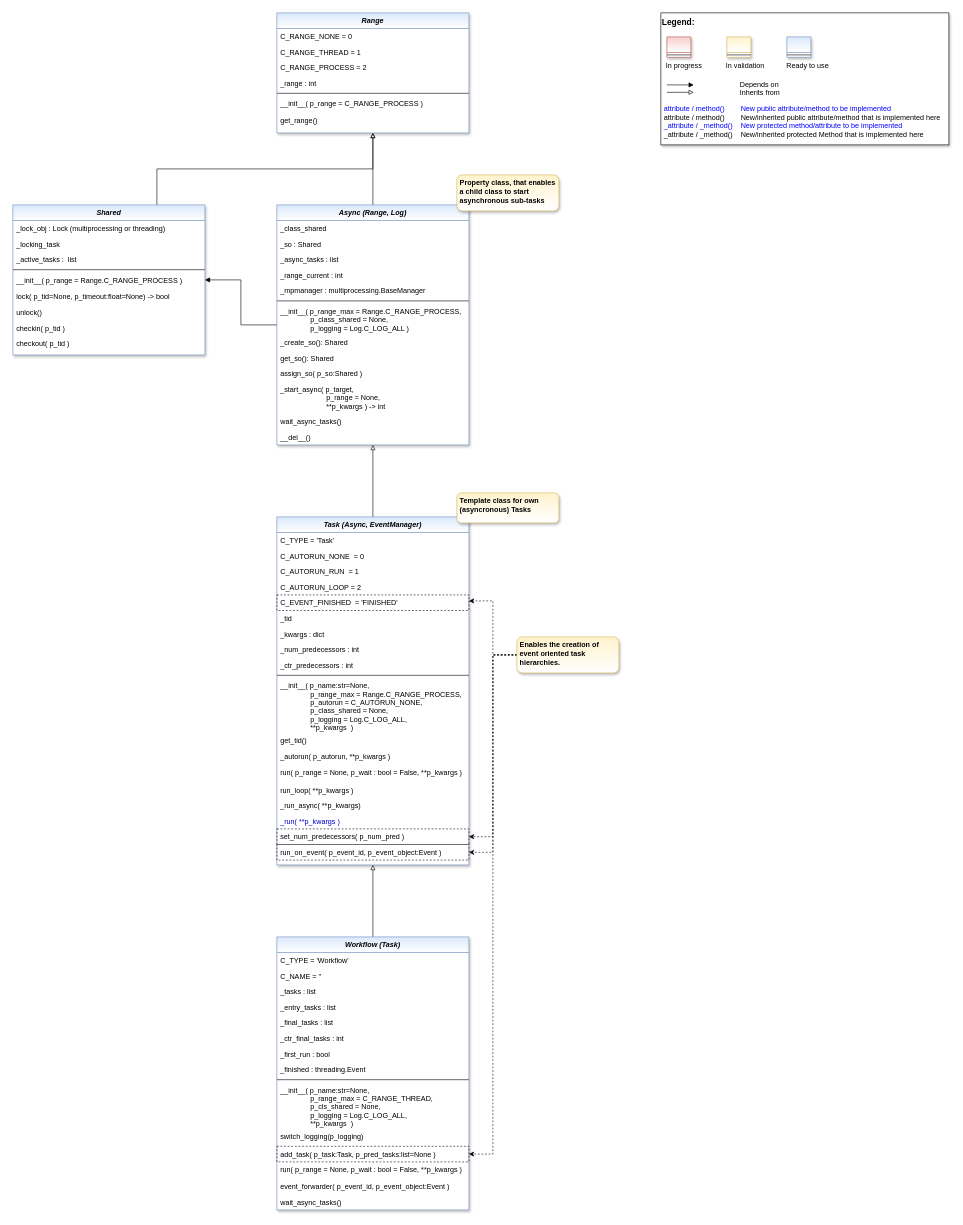
fhswf/MLPro keeps this draw.io diagram as doc/rtd/content/append2/core/images/bf/MLPro-BF-MT_class_diagram.drawio. Above is the earlier version. Source tidied: cells renumbered, new cells numbered last; positions are measured from the earlier drawing's top-left corner, leaving out a move shared by most shapes. Both pictures are drawn from the tidied source at 60%, with x=0, y=0 at pixel (13, 13).
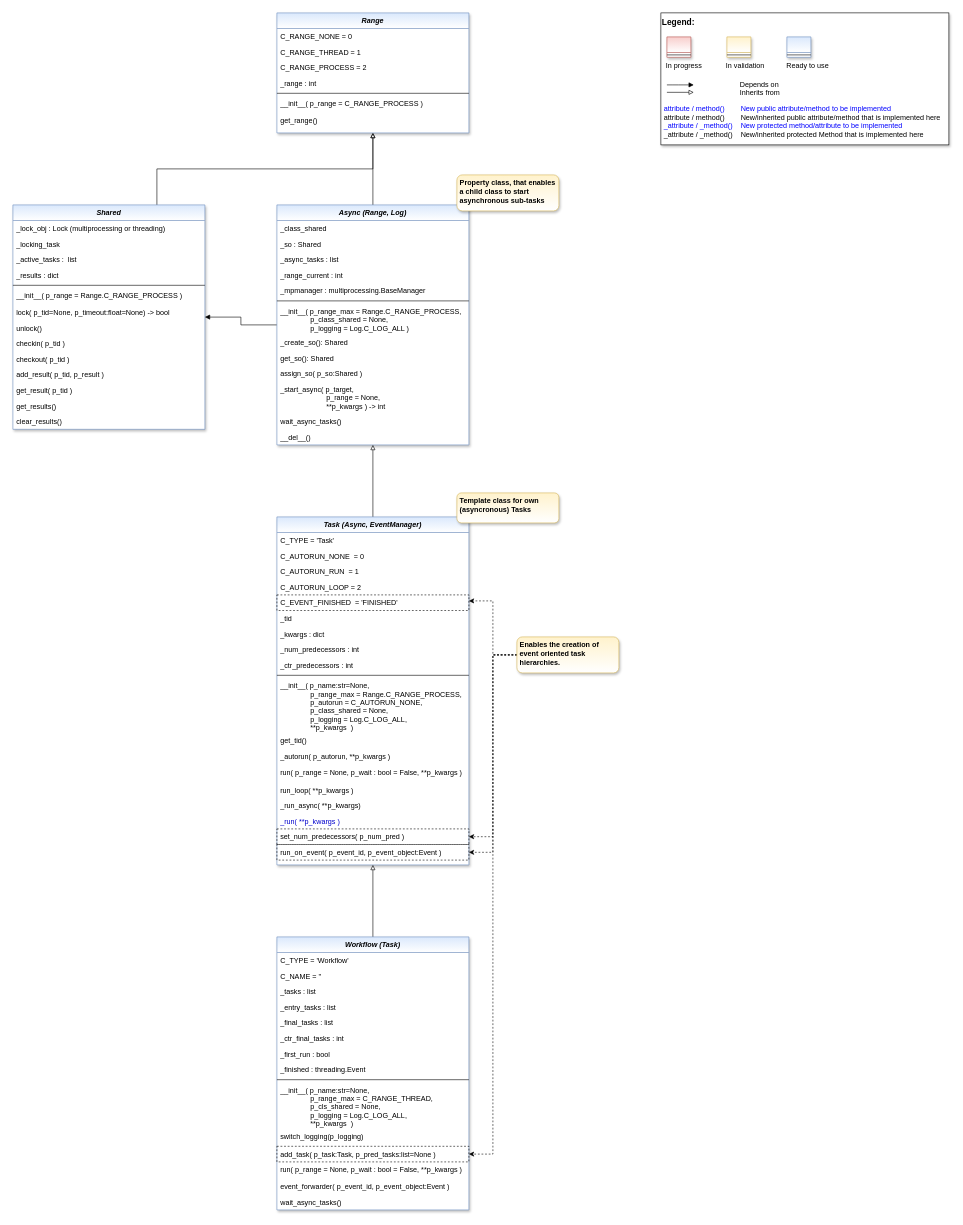
Above is the later version.

Commit message (it also covers changes not shown here):
Standardized result management in class Shared

The edit, as a diff of the source:
```diff
@@
     <mxCell id="13" value="Shared" style="swimlane;fontStyle=3;align=center;verticalAlign=top;horizontal=1;startSize=26;rounded=0;shadow=1;strokeWidth=1;fillColor=#dae8fc;strokeColor=#6c8ebf;glass=0;swimlaneFillColor=#ffffff;gradientColor=#FFFFFF;" parent="1" vertex="1">
-      <mxGeometry y="320" width="320" height="250" as="geometry" />
+      <mxGeometry y="320" width="320" height="374" as="geometry" />
     </mxCell>
@@
+    <mxCell id="92" value="_results : dict" style="text;align=left;verticalAlign=top;spacingLeft=4;spacingRight=4;overflow=hidden;" parent="13" vertex="1">
+      <mxGeometry y="104" width="320" height="26" as="geometry" />
+    </mxCell>
     <mxCell id="17" style="line;html=1;strokeWidth=1;align=left;verticalAlign=middle;spacingTop=-1;spacingLeft=3;spacingRight=3;labelPosition=right;" parent="13" vertex="1">
-      <mxGeometry y="104" width="320" height="8" as="geometry" />
+      <mxGeometry y="130" width="320" height="8" as="geometry" />
     </mxCell>
     <mxCell id="18" value="__init__( p_range = Range.C_RANGE_PROCESS )" style="text;align=left;verticalAlign=top;spacingLeft=4;spacingRight=4;overflow=hidden;fontColor=default;" parent="13" vertex="1">
-      <mxGeometry y="112" width="320" height="28" as="geometry" />
+      <mxGeometry y="138" width="320" height="28" as="geometry" />
     </mxCell>
     <mxCell id="19" value="lock( p_tid=None, p_timeout:float=None) -&gt; bool" style="text;align=left;verticalAlign=top;spacingLeft=4;spacingRight=4;overflow=hidden;fontColor=default;" parent="13" vertex="1">
-      <mxGeometry y="140" width="320" height="26" as="geometry" />
+      <mxGeometry y="166" width="320" height="26" as="geometry" />
     </mxCell>
     <mxCell id="20" value="unlock()" style="text;align=left;verticalAlign=top;spacingLeft=4;spacingRight=4;overflow=hidden;fontColor=default;" parent="13" vertex="1">
-      <mxGeometry y="166" width="320" height="26" as="geometry" />
+      <mxGeometry y="192" width="320" height="26" as="geometry" />
     </mxCell>
     <mxCell id="21" value="checkin( p_tid )" style="text;align=left;verticalAlign=top;spacingLeft=4;spacingRight=4;overflow=hidden;fontColor=default;" parent="13" vertex="1">
-      <mxGeometry y="192" width="320" height="26" as="geometry" />
+      <mxGeometry y="218" width="320" height="26" as="geometry" />
     </mxCell>
     <mxCell id="22" value="checkout( p_tid )" style="text;align=left;verticalAlign=top;spacingLeft=4;spacingRight=4;overflow=hidden;fontColor=default;" parent="13" vertex="1">
-      <mxGeometry y="218" width="320" height="26" as="geometry" />
+      <mxGeometry y="244" width="320" height="26" as="geometry" />
     </mxCell>
+    <mxCell id="93" value="add_result( p_tid, p_result )" style="text;align=left;verticalAlign=top;spacingLeft=4;spacingRight=4;overflow=hidden;fontColor=default;" parent="13" vertex="1">
+      <mxGeometry y="270" width="320" height="26" as="geometry" />
+    </mxCell>
+    <mxCell id="94" value="get_result( p_tid )" style="text;align=left;verticalAlign=top;spacingLeft=4;spacingRight=4;overflow=hidden;fontColor=default;" parent="13" vertex="1">
+      <mxGeometry y="296" width="320" height="26" as="geometry" />
+    </mxCell>
+    <mxCell id="95" value="get_results()" style="text;align=left;verticalAlign=top;spacingLeft=4;spacingRight=4;overflow=hidden;fontColor=default;" parent="13" vertex="1">
+      <mxGeometry y="322" width="320" height="26" as="geometry" />
+    </mxCell>
+    <mxCell id="96" value="clear_results()" style="text;align=left;verticalAlign=top;spacingLeft=4;spacingRight=4;overflow=hidden;fontColor=default;" parent="13" vertex="1">
+      <mxGeometry y="348" width="320" height="26" as="geometry" />
+    </mxCell>
```
